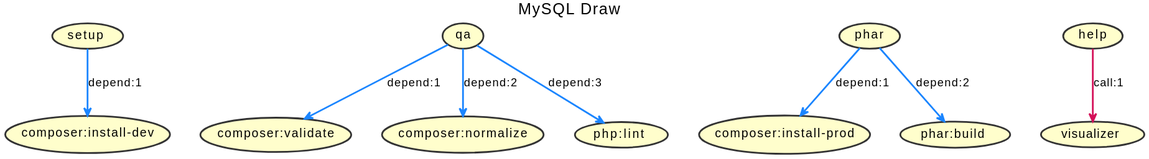
Above: build.svg in jawira/mysql-draw (PlantUML), before the change. Its diagram source:
```plantuml
@startuml
title
MySQL Draw
end title

top to bottom direction

skinparam Shadowing false
skinparam ArrowFontColor Black
skinparam ArrowThickness 2
skinparam UseCaseBackgroundColor #FFFECC
skinparam UseCaseBorderColor #333333
skinparam UseCaseBorderThickness 2
skinparam UseCaseFontColor Black


(setup) -[#1A85FF]-> (composer:install-dev) : depend:1
(qa) -[#1A85FF]-> (composer:validate) : depend:1
(qa) -[#1A85FF]-> (composer:normalize) : depend:2
(qa) -[#1A85FF]-> (php:lint) : depend:3
(phar) -[#1A85FF]-> (composer:install-prod) : depend:1
(phar) -[#1A85FF]-> (phar:build) : depend:2
(help) -[#D41159]-> (visualizer) : call:1
(setup)
(qa)
(phar)
(composer:install-dev)
(composer:install-prod)
(phar:build)
(composer:validate)
(composer:normalize)
(php:lint)
(help)
(visualizer)
@enduml
```
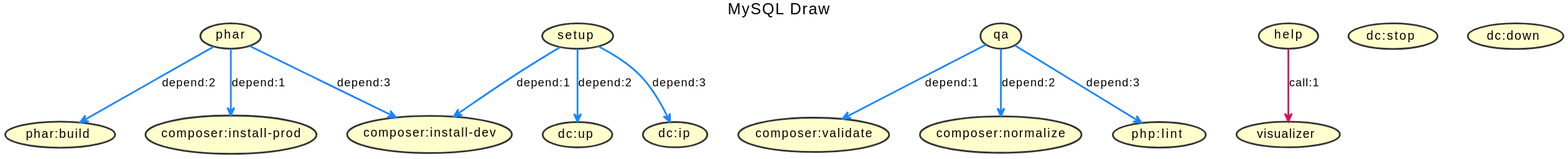
After the change.

Commit message:
Handle puml diagrams

Change to the diagram source:
```diff
@@ -15,11 +15,14 @@
 
 
 (setup) -[#1A85FF]-> (composer:install-dev) : depend:1
+(setup) -[#1A85FF]-> (dc:up) : depend:2
+(setup) -[#1A85FF]-> (dc:ip) : depend:3
 (qa) -[#1A85FF]-> (composer:validate) : depend:1
 (qa) -[#1A85FF]-> (composer:normalize) : depend:2
 (qa) -[#1A85FF]-> (php:lint) : depend:3
 (phar) -[#1A85FF]-> (composer:install-prod) : depend:1
 (phar) -[#1A85FF]-> (phar:build) : depend:2
+(phar) -[#1A85FF]-> (composer:install-dev) : depend:3
 (help) -[#D41159]-> (visualizer) : call:1
 (setup)
 (qa)
@@ -32,4 +35,8 @@
 (php:lint)
 (help)
 (visualizer)
+(dc:up)
+(dc:stop)
+(dc:down)
+(dc:ip)
 @enduml
```
